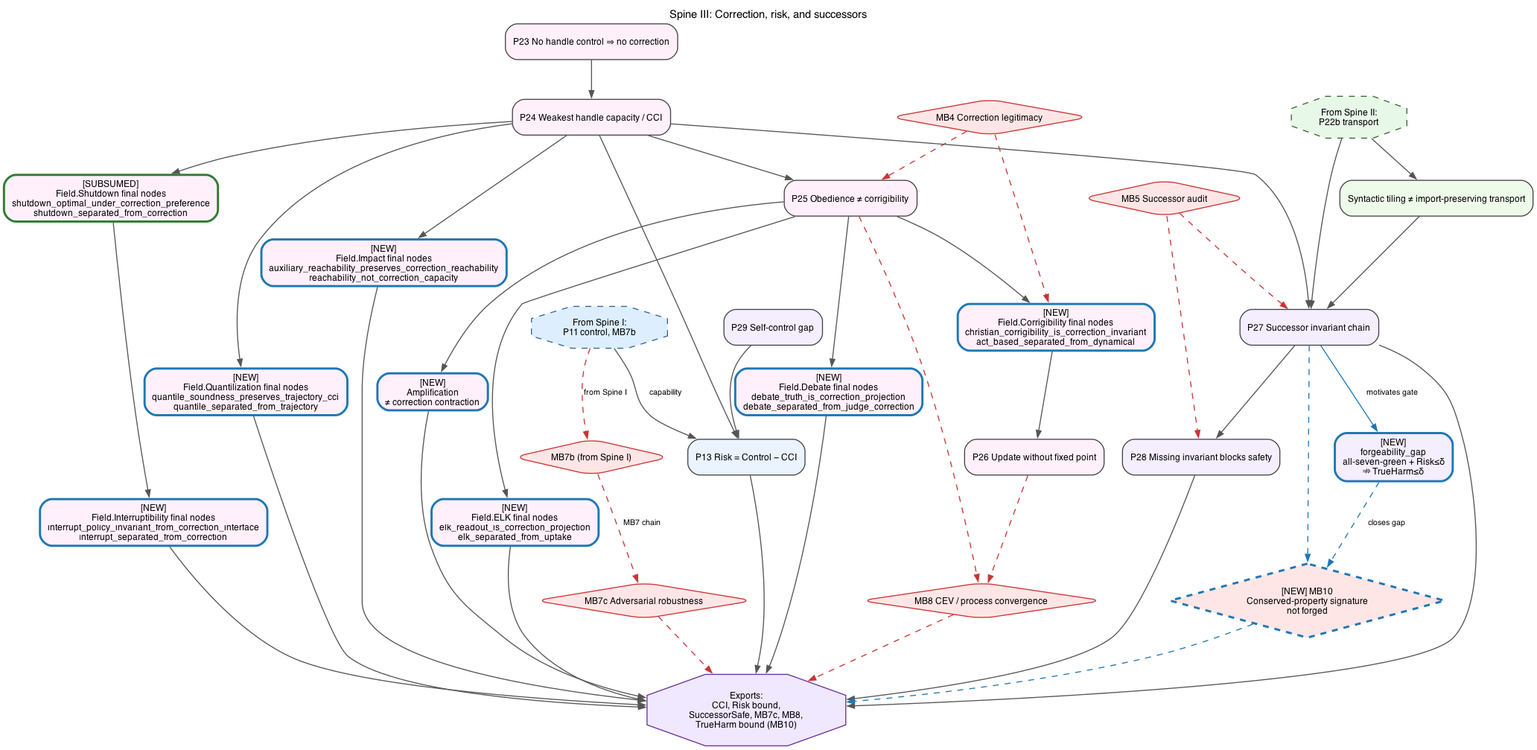
Above: figures/lean_proof/03-correction-successors.png in GunnarZarncke/towards-asi-alignment (Graphviz), before the change. Its source is kept beside it as context/lean_proof_graphs/03-correction-successors.dot.
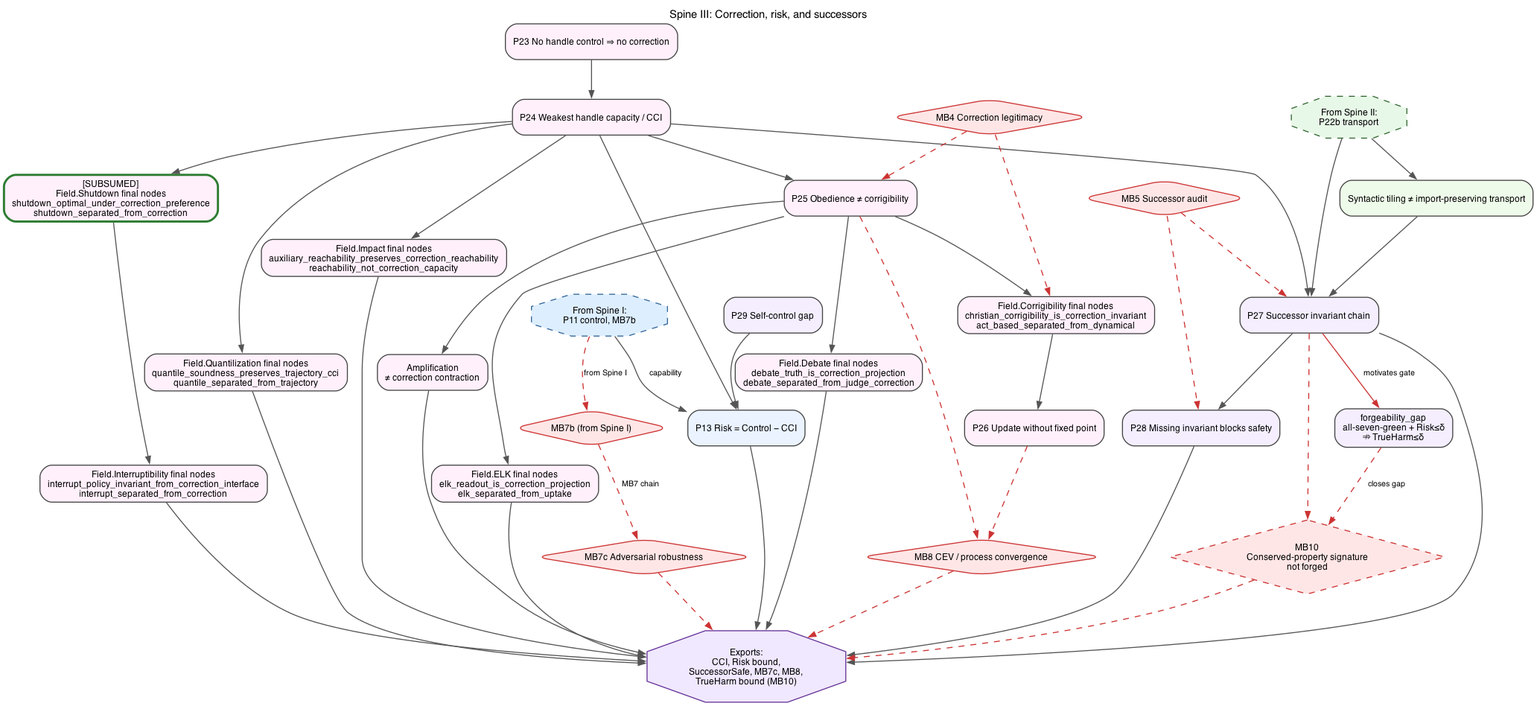
After the change.

What changed in the source:
```diff
@@ -15,28 +15,28 @@
   P23 [label="P23 No handle control ⇒ no correction", fillcolor="#FFF0FB"];
   P24 [label="P24 Weakest handle capacity / CCI", fillcolor="#FFF0FB"];
   FSHUT [label="[SUBSUMED]\nField.Shutdown final nodes\nshutdown_optimal_under_correction_preference\nshutdown_separated_from_correction", fillcolor="#FFF0FB", color="#2E7D32", penwidth=2.2];
-  FINT [label="[NEW]\nField.Interruptibility final nodes\ninterrupt_policy_invariant_from_correction_interface\ninterrupt_separated_from_correction", fillcolor="#FFF0FB", color="#1F77B4", penwidth=2.2];
-  FIMPACT [label="[NEW]\nField.Impact final nodes\nauxiliary_reachability_preserves_correction_reachability\nreachability_not_correction_capacity", fillcolor="#FFF0FB", color="#1F77B4", penwidth=2.2];
-  FQUANT [label="[NEW]\nField.Quantilization final nodes\nquantile_soundness_preserves_trajectory_cci\nquantile_separated_from_trajectory", fillcolor="#FFF0FB", color="#1F77B4", penwidth=2.2];
+  FINT [label="Field.Interruptibility final nodes\ninterrupt_policy_invariant_from_correction_interface\ninterrupt_separated_from_correction", fillcolor="#FFF0FB"];
+  FIMPACT [label="Field.Impact final nodes\nauxiliary_reachability_preserves_correction_reachability\nreachability_not_correction_capacity", fillcolor="#FFF0FB"];
+  FQUANT [label="Field.Quantilization final nodes\nquantile_soundness_preserves_trajectory_cci\nquantile_separated_from_trajectory", fillcolor="#FFF0FB"];
   P25 [label="P25 Obedience ≠ corrigibility", fillcolor="#FFF0FB"];
-  FCORR [label="[NEW]\nField.Corrigibility final nodes\nchristian_corrigibility_is_correction_invariant\nact_based_separated_from_dynamical", fillcolor="#FFF0FB", color="#1F77B4", penwidth=2.2];
-  FDEB [label="[NEW]\nField.Debate final nodes\ndebate_truth_is_correction_projection\ndebate_separated_from_judge_correction", fillcolor="#FFF0FB", color="#1F77B4", penwidth=2.2];
-  P25A [label="[NEW]\nAmplification\n≠ correction contraction", fillcolor="#FFF0FB", color="#1F77B4", penwidth=2.2];
-  FELK [label="[NEW]\nField.ELK final nodes\nelk_readout_is_correction_projection\nelk_separated_from_uptake", fillcolor="#FFF0FB", color="#1F77B4", penwidth=2.2];
+  FCORR [label="Field.Corrigibility final nodes\nchristian_corrigibility_is_correction_invariant\nact_based_separated_from_dynamical", fillcolor="#FFF0FB"];
+  FDEB [label="Field.Debate final nodes\ndebate_truth_is_correction_projection\ndebate_separated_from_judge_correction", fillcolor="#FFF0FB"];
+  P25A [label="Amplification\n≠ correction contraction", fillcolor="#FFF0FB"];
+  FELK [label="Field.ELK final nodes\nelk_readout_is_correction_projection\nelk_separated_from_uptake", fillcolor="#FFF0FB"];
   P26 [label="P26 Update without fixed point", fillcolor="#FFF0FB"];
   P13 [label="P13 Risk = Control − CCI", fillcolor="#EAF3FF"];
   P29 [label="P29 Self-control gap", fillcolor="#F4EEFF"];
   P27 [label="P27 Successor invariant chain", fillcolor="#F4EEFF"];
   P28 [label="P28 Missing invariant blocks safety", fillcolor="#F4EEFF"];
   P22T [label="Syntactic tiling ≠ import-preserving transport", fillcolor="#EFFBEA"];
-  PFORGE [label="[NEW]\nforgeability_gap\nall-seven-green + Risk≤δ\n⇏ TrueHarm≤δ", fillcolor="#F4EEFF", color="#1F77B4", penwidth=2.2];
+  PFORGE [label="forgeability_gap\nall-seven-green + Risk≤δ\n⇏ TrueHarm≤δ", fillcolor="#F4EEFF"];
 
   MB4 [shape=diamond, fillcolor="#FFE6E6", color="#CC3333", label="MB4 Correction legitimacy"];
   MB5 [shape=diamond, fillcolor="#FFE6E6", color="#CC3333", label="MB5 Successor audit"];
   MB7b [shape=diamond, fillcolor="#FFE6E6", color="#CC3333", label="MB7b (from Spine I)"];
   MB7c [shape=diamond, fillcolor="#FFE6E6", color="#CC3333", label="MB7c Adversarial robustness"];
   MB8 [shape=diamond, fillcolor="#FFE6E6", color="#CC3333", label="MB8 CEV / process convergence"];
-  MB10 [shape=diamond, style="filled,dashed", fillcolor="#FFE6E6", color="#1F77B4", penwidth=2.2, label="[NEW] MB10\nConserved-property signature\nnot forged"];
+  MB10 [shape=diamond, style="filled,dashed", fillcolor="#FFE6E6", color="#CC3333", label="MB10\nConserved-property signature\nnot forged"];
 
   IN_VB [shape=octagon, style="filled,dashed", fillcolor="#E8F8E8", color="#336633",
          label="From Spine II:\nP22b transport"];
@@ -68,10 +68,10 @@
   P25 -> MB8 [style=dashed, color="#CC3333"];
   P26 -> MB8 [style=dashed, color="#CC3333"];
 
-  P27 -> PFORGE [label="motivates gate", color="#1F77B4"];
-  PFORGE -> MB10 [style=dashed, color="#1F77B4", label="closes gap"];
-  P27 -> MB10 [style=dashed, color="#1F77B4"];
-  MB10 -> OUT [style=dashed, color="#1F77B4"];
+  P27 -> PFORGE [label="motivates gate", color="#CC3333"];
+  PFORGE -> MB10 [style=dashed, color="#CC3333", label="closes gap"];
+  P27 -> MB10 [style=dashed, color="#CC3333"];
+  MB10 -> OUT [style=dashed, color="#CC3333"];
 
   IN_BND -> MB7b [style=dashed, color="#CC3333", label="from Spine I"];
   MB7b -> MB7c [style=dashed, color="#CC3333", label="MB7 chain"];
```
